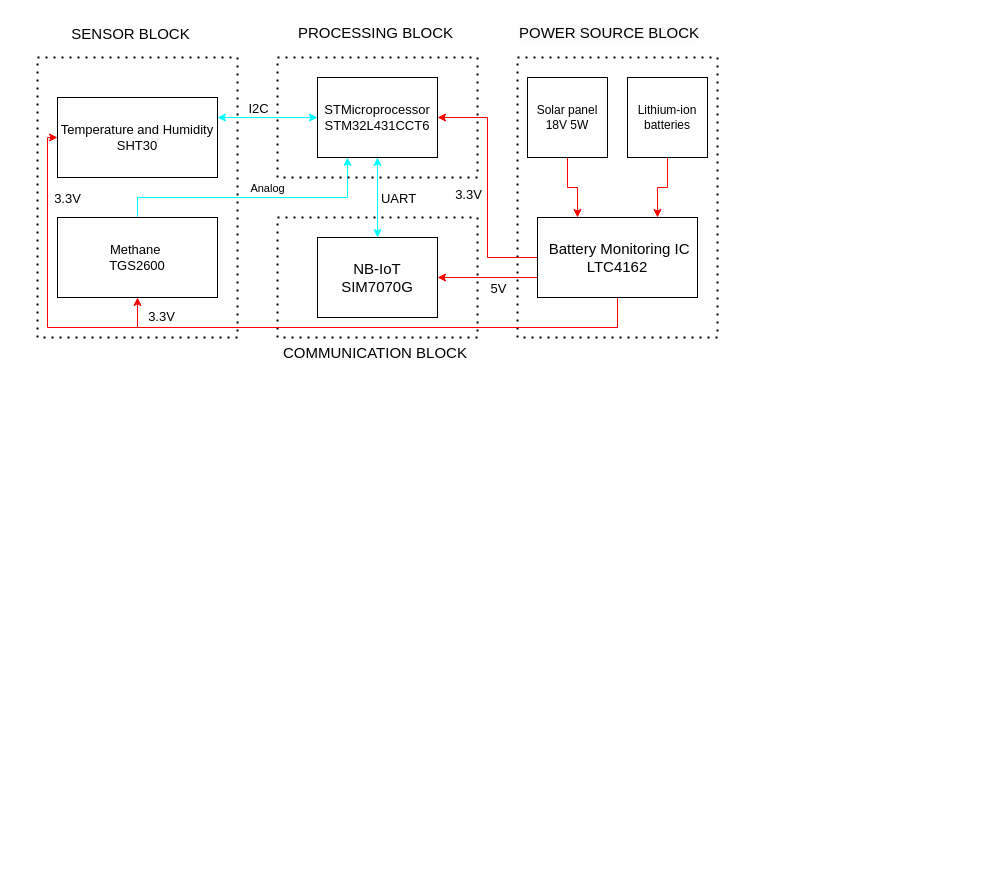
Before: Project_overall.drawio in K2ayzz/ForDrawIO, a draw.io diagram. Source tidied: cells renumbered, new cells numbered last; positions are measured from the earlier drawing's top-left corner, leaving out a move shared by most shapes. Both pictures are drawn from the tidied source at 100%, with x=0, y=0 at pixel (37, 17).
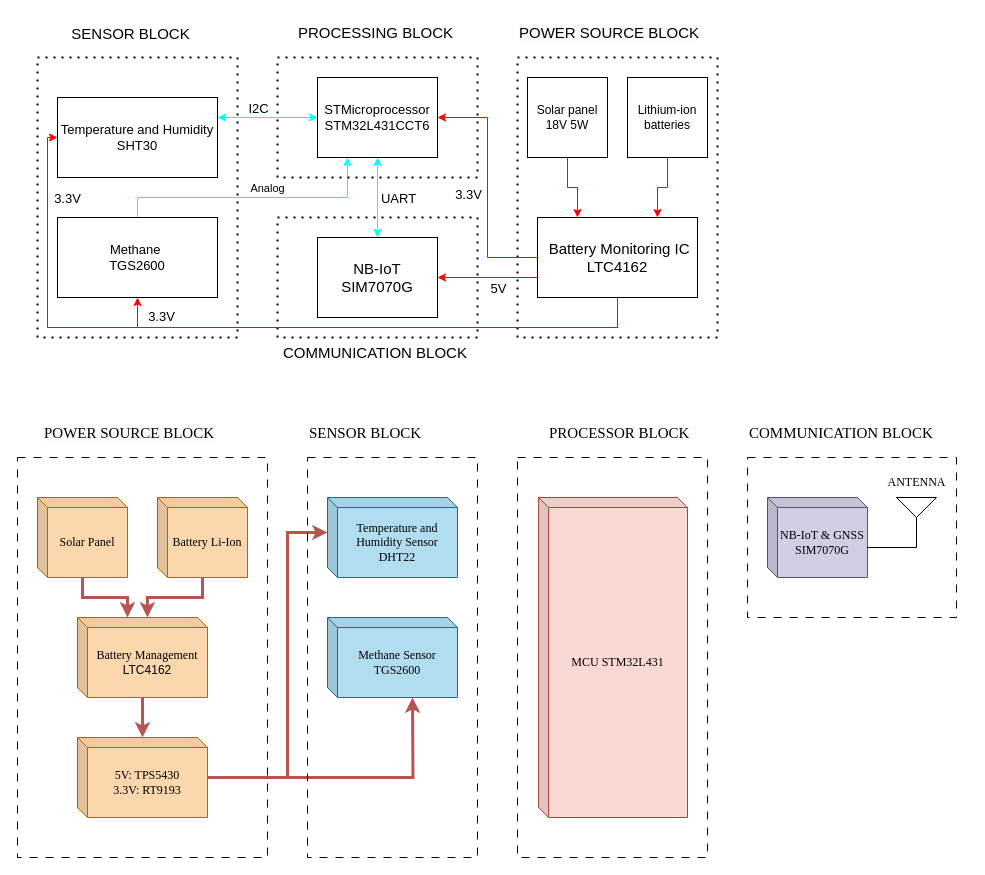
The same diagram, later.

Commit message (it also covers changes not shown here):
Cập nhật Project_overall.drawio

The edit, as a diff of the source:
```diff
@@
+    <mxCell id="33" value="&lt;font face=&quot;Times New Roman&quot;&gt;Solar Panel&lt;/font&gt;" style="shape=cube;whiteSpace=wrap;html=1;boundedLbl=1;backgroundOutline=1;darkOpacity=0.05;darkOpacity2=0.1;size=10;fillColor=#fad7ac;strokeColor=#b46504;" parent="1" vertex="1">
+      <mxGeometry y="480" width="90" height="80" as="geometry" />
+    </mxCell>
+    <mxCell id="34" value="&lt;span style=&quot;color: rgb(0, 0, 0); font-size: 15px; font-style: normal; font-variant-ligatures: normal; font-variant-caps: normal; font-weight: 400; letter-spacing: normal; orphans: 2; text-align: center; text-indent: 0px; text-transform: none; widows: 2; word-spacing: 0px; -webkit-text-stroke-width: 0px; white-space: normal; background-color: rgb(251, 251, 251); text-decoration-thickness: initial; text-decoration-style: initial; text-decoration-color: initial; float: none; display: inline !important;&quot;&gt;&lt;font face=&quot;Times New Roman&quot;&gt;POWER SOURCE BLOCK&lt;/font&gt;&lt;/span&gt;" style="text;whiteSpace=wrap;html=1;" parent="1" vertex="1">
+      <mxGeometry x="5" y="400" width="200" height="40" as="geometry" />
+    </mxCell>
+    <mxCell id="35" style="edgeStyle=orthogonalEdgeStyle;rounded=0;jettySize=auto;html=1;entryX=0.538;entryY=0;entryDx=0;entryDy=0;entryPerimeter=0;fillColor=#f8cecc;gradientColor=#ea6b66;strokeColor=#b85450;strokeWidth=3;" parent="1" edge="1" source="36" target="38">
+      <mxGeometry relative="1" as="geometry" />
+    </mxCell>
+    <mxCell id="36" value="&lt;font face=&quot;Times New Roman&quot;&gt;Battery Li-Ion&lt;/font&gt;" style="shape=cube;whiteSpace=wrap;html=1;boundedLbl=1;backgroundOutline=1;darkOpacity=0.05;darkOpacity2=0.1;size=10;fillColor=#fad7ac;strokeColor=#b46504;" parent="1" vertex="1">
+      <mxGeometry x="120" y="480" width="90" height="80" as="geometry" />
+    </mxCell>
+    <mxCell id="37" style="edgeStyle=orthogonalEdgeStyle;rounded=0;jettySize=auto;html=1;fontFamily=Helvetica;fontSize=12;fontColor=default;strokeWidth=3;fillColor=#f8cecc;gradientColor=#ea6b66;strokeColor=#b85450;" parent="1" edge="1" source="38" target="44">
+      <mxGeometry relative="1" as="geometry" />
+    </mxCell>
+    <mxCell id="38" value="&lt;font face=&quot;Times New Roman&quot;&gt;Battery Management&lt;/font&gt;&lt;div&gt;&lt;font face=&quot;bBwhuPaT6GNZoeY06O2n&quot;&gt;LTC4162&lt;/font&gt;&lt;/div&gt;" style="shape=cube;whiteSpace=wrap;html=1;boundedLbl=1;backgroundOutline=1;darkOpacity=0.05;darkOpacity2=0.1;size=10;fillColor=#fad7ac;strokeColor=#b46504;" parent="1" vertex="1">
+      <mxGeometry x="40" y="600" width="130" height="80" as="geometry" />
+    </mxCell>
+    <mxCell id="39" style="edgeStyle=orthogonalEdgeStyle;rounded=0;jettySize=auto;html=1;fillColor=#f8cecc;gradientColor=#ea6b66;strokeColor=#b85450;strokeWidth=3;" parent="1" edge="1" source="33">
+      <mxGeometry relative="1" as="geometry">
+        <mxPoint x="90" y="600" as="targetPoint" />
+        <Array as="points">
+          <mxPoint x="45" y="580" />
+          <mxPoint x="90" y="580" />
+          <mxPoint x="90" y="600" />
+        </Array>
+      </mxGeometry>
+    </mxCell>
+    <mxCell id="40" style="rounded=0;whiteSpace=wrap;html=1;glass=0;fillColor=none;dashed=1;dashPattern=8 8;" parent="1" vertex="1">
+      <mxGeometry x="-20" y="440" width="250" height="400" as="geometry" />
+    </mxCell>
+    <mxCell id="41" value="&lt;div style=&quot;text-align: center;&quot;&gt;&lt;span style=&quot;background-color: initial; font-size: 15px;&quot;&gt;&lt;font face=&quot;Times New Roman&quot;&gt;PROCESSOR BLOCK&lt;/font&gt;&lt;/span&gt;&lt;/div&gt;" style="text;whiteSpace=wrap;html=1;" parent="1" vertex="1">
+      <mxGeometry x="510" y="400" width="220" height="30" as="geometry" />
+    </mxCell>
+    <mxCell id="42" value="&lt;div style=&quot;text-align: center;&quot;&gt;&lt;span style=&quot;background-color: initial; font-size: 15px;&quot;&gt;&lt;font face=&quot;Times New Roman&quot;&gt;COMMUNICATION BLOCK&lt;/font&gt;&lt;/span&gt;&lt;/div&gt;" style="text;whiteSpace=wrap;html=1;" parent="1" vertex="1">
+      <mxGeometry x="710" y="400" width="220" height="40" as="geometry" />
+    </mxCell>
+    <mxCell id="43" value="&lt;font style=&quot;font-size: 12px;&quot; face=&quot;Times New Roman&quot;&gt;ANTENNA&lt;/font&gt;" style="text;html=1;align=center;verticalAlign=middle;strokeColor=none;fillColor=none;" parent="1" vertex="1">
+      <mxGeometry x="839" y="450" width="80" height="30" as="geometry" />
+    </mxCell>
+    <mxCell id="44" value="&lt;font face=&quot;Times New Roman&quot;&gt;5V: TPS5430&lt;/font&gt;&lt;div&gt;&lt;font face=&quot;Times New Roman&quot;&gt;3.3V: RT9193&lt;/font&gt;&lt;/div&gt;" style="shape=cube;whiteSpace=wrap;html=1;boundedLbl=1;backgroundOutline=1;darkOpacity=0.05;darkOpacity2=0.1;size=10;fillColor=#fad7ac;strokeColor=#b46504;" parent="1" vertex="1">
+      <mxGeometry x="40" y="720" width="130" height="80" as="geometry" />
+    </mxCell>
+    <mxCell id="45" style="edgeStyle=orthogonalEdgeStyle;rounded=0;jettySize=auto;html=1;entryX=0;entryY=0;entryDx=85;entryDy=80;entryPerimeter=0;fontFamily=Helvetica;fontSize=12;fontColor=default;fillColor=#f8cecc;gradientColor=#ea6b66;strokeColor=#b85450;strokeWidth=3;" parent="1" edge="1" source="44">
+      <mxGeometry relative="1" as="geometry">
+        <mxPoint x="375" y="680" as="targetPoint" />
+      </mxGeometry>
+    </mxCell>
+    <mxCell id="46" style="edgeStyle=orthogonalEdgeStyle;rounded=0;jettySize=auto;html=1;entryX=0;entryY=0;entryDx=0;entryDy=35;entryPerimeter=0;fontFamily=Helvetica;fontSize=12;fontColor=default;strokeWidth=3;fillColor=#f8cecc;gradientColor=#ea6b66;strokeColor=#b85450;" parent="1" edge="1" source="44">
+      <mxGeometry relative="1" as="geometry">
+        <mxPoint x="290" y="515" as="targetPoint" />
+        <Array as="points">
+          <mxPoint x="250" y="760" />
+          <mxPoint x="250" y="515" />
+        </Array>
+      </mxGeometry>
+    </mxCell>
+    <mxCell id="47" style="rounded=0;whiteSpace=wrap;html=1;glass=0;fillColor=none;dashed=1;dashPattern=8 8;" parent="1" vertex="1">
+      <mxGeometry x="270" y="440" width="170" height="400" as="geometry" />
+    </mxCell>
+    <mxCell id="48" value="&lt;div style=&quot;text-align: center;&quot;&gt;&lt;font face=&quot;Times New Roman&quot;&gt;&lt;span style=&quot;font-size: 15px;&quot;&gt;SENSOR BLOCK&lt;/span&gt;&lt;/font&gt;&lt;/div&gt;" style="text;whiteSpace=wrap;html=1;" parent="1" vertex="1">
+      <mxGeometry x="270" y="400" width="200" height="30" as="geometry" />
+    </mxCell>
+    <mxCell id="49" style="rounded=0;whiteSpace=wrap;html=1;glass=0;fillColor=none;dashed=1;dashPattern=8 8;" parent="1" vertex="1">
+      <mxGeometry x="710" y="440" width="209" height="160" as="geometry" />
+    </mxCell>
+    <mxCell id="50" value="&lt;font face=&quot;Times New Roman&quot;&gt;NB-IoT &amp;amp; GNSS SIM7070G&lt;/font&gt;" style="shape=cube;whiteSpace=wrap;html=1;boundedLbl=1;backgroundOutline=1;darkOpacity=0.05;darkOpacity2=0.1;size=10;fillColor=#d0cee2;strokeColor=#56517e;" parent="1" vertex="1">
+      <mxGeometry x="730" y="480" width="100" height="80" as="geometry" />
+    </mxCell>
+    <mxCell id="51" style="endArrow=none;html=1;rounded=0;exitX=0.995;exitY=0.625;exitDx=0;exitDy=0;exitPerimeter=0;" parent="1" edge="1" source="50">
+      <mxGeometry relative="1" as="geometry">
+        <mxPoint x="879" y="530" as="targetPoint" />
+        <Array as="points">
+          <mxPoint x="869" y="530" />
+        </Array>
+      </mxGeometry>
+    </mxCell>
+    <mxCell id="52" style="endArrow=none;html=1;rounded=0;" parent="1" edge="1">
+      <mxGeometry relative="1" as="geometry">
+        <mxPoint x="879" y="500" as="sourcePoint" />
+        <mxPoint x="879" y="530" as="targetPoint" />
+      </mxGeometry>
+    </mxCell>
+    <mxCell id="53" style="endArrow=none;html=1;rounded=0;" parent="1" edge="1">
+      <mxGeometry relative="1" as="geometry">
+        <mxPoint x="859" y="480" as="sourcePoint" />
+        <mxPoint x="899" y="480" as="targetPoint" />
+      </mxGeometry>
+    </mxCell>
+    <mxCell id="54" style="endArrow=none;html=1;rounded=0;" parent="1" edge="1">
+      <mxGeometry relative="1" as="geometry">
+        <mxPoint x="859" y="480" as="sourcePoint" />
+        <mxPoint x="879" y="500" as="targetPoint" />
+      </mxGeometry>
+    </mxCell>
+    <mxCell id="55" style="endArrow=none;html=1;rounded=0;" parent="1" edge="1">
+      <mxGeometry relative="1" as="geometry">
+        <mxPoint x="879" y="500" as="sourcePoint" />
+        <mxPoint x="899" y="480" as="targetPoint" />
+      </mxGeometry>
+    </mxCell>
+    <mxCell id="56" style="rounded=0;whiteSpace=wrap;html=1;glass=0;fillColor=none;dashed=1;dashPattern=8 8;" parent="1" vertex="1">
+      <mxGeometry x="480" y="440" width="190" height="400" as="geometry" />
+    </mxCell>
+    <mxCell id="57" value="&lt;font face=&quot;Times New Roman&quot;&gt;MCU STM32L431&lt;/font&gt;" style="shape=cube;whiteSpace=wrap;html=1;boundedLbl=1;backgroundOutline=1;darkOpacity=0.05;darkOpacity2=0.1;size=10;fillColor=#fad9d5;strokeColor=#ae4132;" parent="1" vertex="1">
+      <mxGeometry x="501.1" y="480" width="148.9" height="320" as="geometry" />
+    </mxCell>
+    <mxCell id="58" value="&lt;font face=&quot;Times New Roman&quot;&gt;Temperature and Humidity Sensor DHT22&lt;/font&gt;" style="shape=cube;whiteSpace=wrap;html=1;boundedLbl=1;backgroundOutline=1;darkOpacity=0.05;darkOpacity2=0.1;size=10;fillColor=#b1ddf0;strokeColor=#10739e;" parent="1" vertex="1">
+      <mxGeometry x="290" y="480" width="130" height="80" as="geometry" />
+    </mxCell>
+    <mxCell id="59" value="&lt;font face=&quot;Times New Roman&quot;&gt;Methane Sensor TGS2600&lt;/font&gt;" style="shape=cube;whiteSpace=wrap;html=1;boundedLbl=1;backgroundOutline=1;darkOpacity=0.05;darkOpacity2=0.1;size=10;fillColor=#b1ddf0;strokeColor=#10739e;" parent="1" vertex="1">
+      <mxGeometry x="290" y="600" width="130" height="80" as="geometry" />
+    </mxCell>
```
